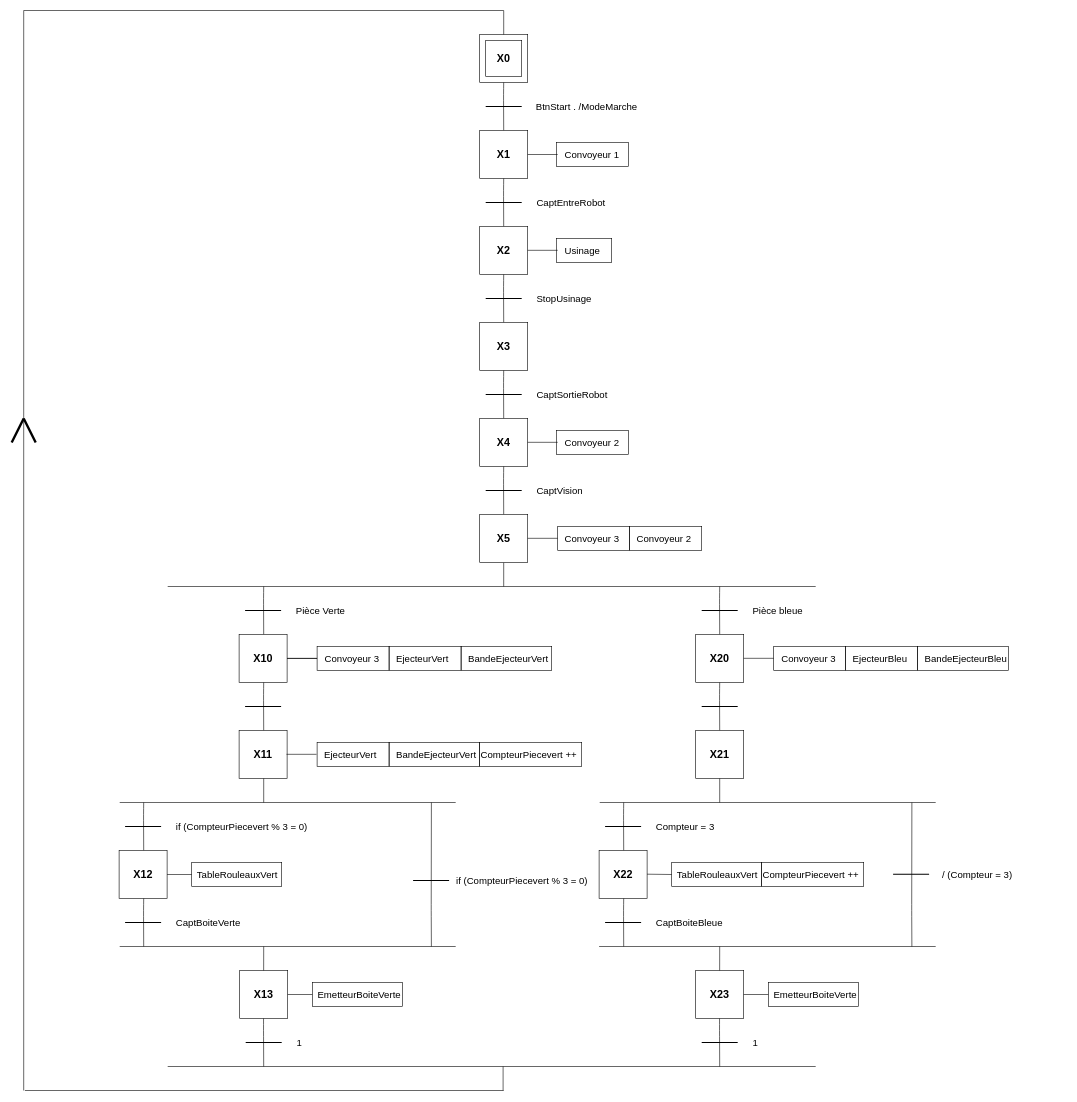
This is Auto.drawio from Sem98-chain/INSA, a draw.io file, before an edit. Source tidied: cells renumbered, new cells numbered last; positions are measured from the earlier drawing's top-left corner, leaving out a move shared by most shapes. Both pictures are drawn from the tidied source at 60%, with x=0, y=0 at pixel (11, 10).
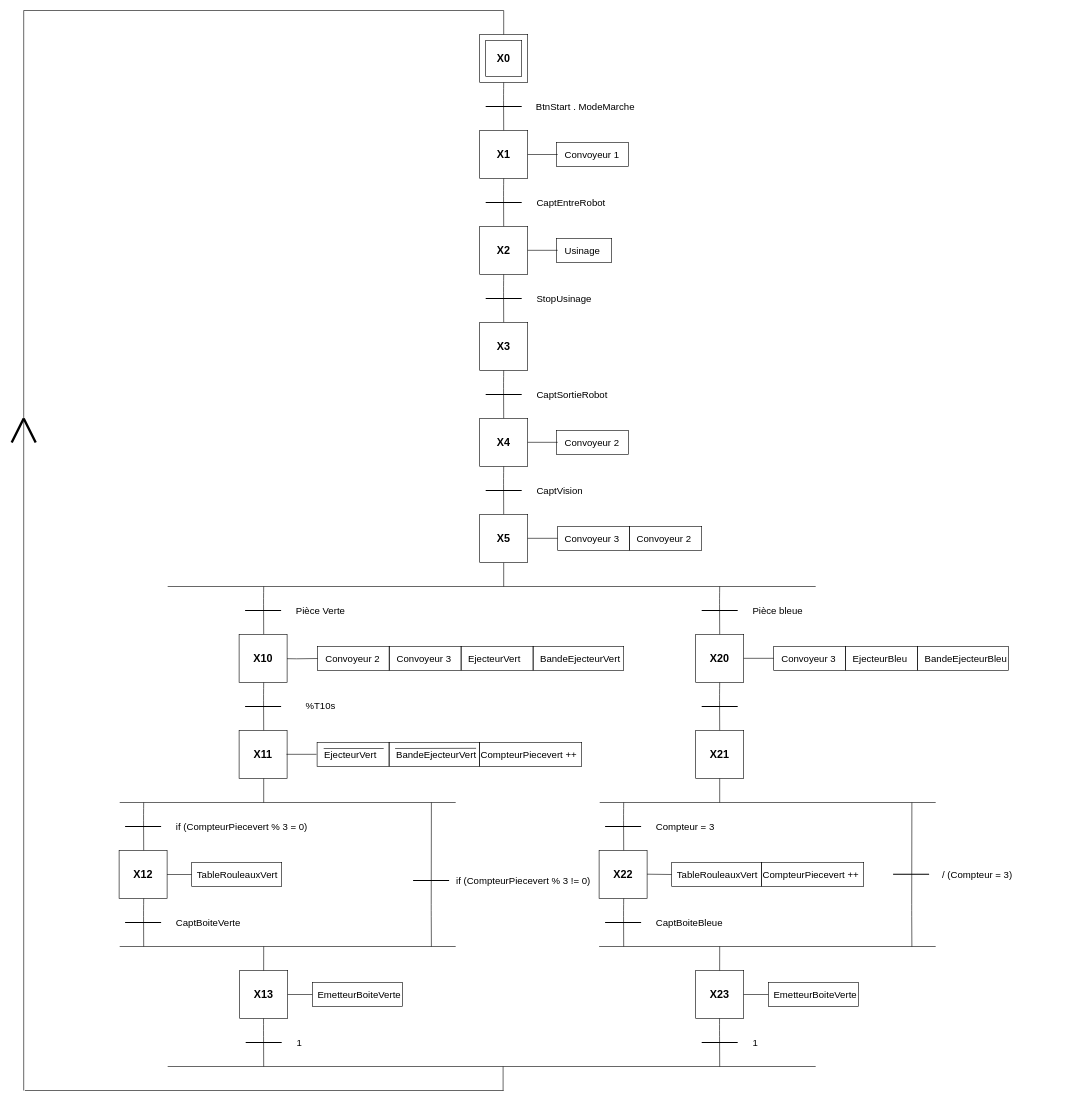
Above is the later version.

The change refers to these unchanged cells:
```xml
<mxCell id="44" value="&lt;font size=&quot;1&quot;&gt;&lt;b style=&quot;font-size: 18px&quot;&gt;X10&lt;/b&gt;&lt;/font&gt;" style="text;html=1;strokeColor=none;fillColor=none;align=center;verticalAlign=middle;whiteSpace=wrap;rounded=0;" parent="1" vertex="1">
  <mxGeometry x="399" y="1070" width="40" height="20" as="geometry" />
</mxCell>
```

The edit, as a diff of the source:
```diff
@@
-    <mxCell id="2" style="edgeStyle=orthogonalEdgeStyle;rounded=0;jettySize=auto;html=1;" parent="1" edge="1" source="3" target="44">
-      <mxGeometry relative="1" as="geometry" />
+    <mxCell id="2" style="edgeStyle=orthogonalEdgeStyle;rounded=0;jettySize=auto;html=1;" parent="1" edge="1" target="44">
+      <mxGeometry relative="1" as="geometry">
+        <mxPoint x="510" y="1080" as="sourcePoint" />
+      </mxGeometry>
     </mxCell>
     <mxCell id="3" style="rounded=0;whiteSpace=wrap;html=1;fillColor=none;gradientColor=none;" parent="1" vertex="1">
-      <mxGeometry x="509" y="1060" width="120" height="40" as="geometry" />
+      <mxGeometry x="629" y="1060" width="120" height="40" as="geometry" />
     </mxCell>
@@
-    <mxCell id="17" value="&lt;font style=&quot;font-size: 16px&quot;&gt;BtnStart . /ModeMarche&lt;/font&gt;" style="text;html=1;strokeColor=none;fillColor=none;align=left;verticalAlign=middle;whiteSpace=wrap;rounded=0;" parent="1" vertex="1">
+    <mxCell id="17" value="&lt;font style=&quot;font-size: 16px&quot;&gt;BtnStart . ModeMarche&lt;/font&gt;" style="text;html=1;strokeColor=none;fillColor=none;align=left;verticalAlign=middle;whiteSpace=wrap;rounded=0;" parent="1" vertex="1">
       <mxGeometry x="872" y="150" width="236" height="20" as="geometry" />
     </mxCell>
@@
     <mxCell id="27" value="&lt;font style=&quot;font-size: 16px&quot;&gt;Usinage&lt;/font&gt;" style="text;html=1;strokeColor=none;fillColor=none;align=left;verticalAlign=middle;whiteSpace=wrap;rounded=0;" parent="1" vertex="1">
-      <mxGeometry x="920" y="390" width="236" height="20" as="geometry" />
+      <mxGeometry x="920" y="390" width="80" height="20" as="geometry" />
     </mxCell>
@@
-    <mxCell id="47" style="endArrow=none;html=1;strokeWidth=1;" parent="1" edge="1">
-      <mxGeometry relative="1" as="geometry">
-        <mxPoint x="459" y="1079.7" as="sourcePoint" />
-        <mxPoint x="509" y="1079.7" as="targetPoint" />
-      </mxGeometry>
-    </mxCell>
@@
     <mxCell id="64" value="&lt;font style=&quot;font-size: 16px&quot;&gt;Convoyeur 3&lt;/font&gt;" style="text;html=1;strokeColor=none;fillColor=none;align=left;verticalAlign=middle;whiteSpace=wrap;rounded=0;" parent="1" vertex="1">
-      <mxGeometry x="520" y="1070" width="100" height="20" as="geometry" />
+      <mxGeometry x="640" y="1070" width="100" height="20" as="geometry" />
     </mxCell>
     <mxCell id="65" style="rounded=0;whiteSpace=wrap;html=1;fillColor=none;gradientColor=none;" parent="1" vertex="1">
-      <mxGeometry x="629" y="1060" width="120" height="40" as="geometry" />
+      <mxGeometry x="749" y="1060" width="120" height="40" as="geometry" />
     </mxCell>
@@
     <mxCell id="97" value="&lt;font style=&quot;font-size: 16px&quot;&gt;EjecteurVert&lt;/font&gt;" style="text;html=1;strokeColor=none;fillColor=none;align=left;verticalAlign=middle;whiteSpace=wrap;rounded=0;" parent="1" vertex="1">
-      <mxGeometry x="639" y="1070" width="100" height="20" as="geometry" />
+      <mxGeometry x="759" y="1070" width="100" height="20" as="geometry" />
     </mxCell>
@@
     <mxCell id="139" style="rounded=0;whiteSpace=wrap;html=1;fillColor=none;gradientColor=none;" parent="1" vertex="1">
-      <mxGeometry x="749" y="1060" width="151" height="40" as="geometry" />
+      <mxGeometry x="869" y="1060" width="151" height="40" as="geometry" />
     </mxCell>
     <mxCell id="140" value="&lt;font style=&quot;font-size: 16px&quot;&gt;BandeEjecteurVert&lt;/font&gt;" style="text;html=1;strokeColor=none;fillColor=none;align=left;verticalAlign=middle;whiteSpace=wrap;rounded=0;" parent="1" vertex="1">
-      <mxGeometry x="759" y="1070" width="100" height="20" as="geometry" />
+      <mxGeometry x="879" y="1070" width="100" height="20" as="geometry" />
     </mxCell>
@@
     <mxCell id="142" value="&lt;font style=&quot;font-size: 16px&quot;&gt;EjecteurVert&lt;/font&gt;" style="text;html=1;strokeColor=none;fillColor=none;align=left;verticalAlign=middle;whiteSpace=wrap;rounded=0;" parent="1" vertex="1">
-      <mxGeometry x="519" y="1230" width="100" height="20" as="geometry" />
+      <mxGeometry x="519" y="1230" width="101" height="20" as="geometry" />
     </mxCell>
@@
     <mxCell id="144" value="&lt;font style=&quot;font-size: 16px&quot;&gt;BandeEjecteurVert&lt;/font&gt;" style="text;html=1;strokeColor=none;fillColor=none;align=left;verticalAlign=middle;whiteSpace=wrap;rounded=0;" parent="1" vertex="1">
-      <mxGeometry x="639" y="1230" width="100" height="20" as="geometry" />
+      <mxGeometry x="639" y="1230" width="141" height="20" as="geometry" />
     </mxCell>
@@
-    <mxCell id="148" value="&lt;span style=&quot;font-size: 16px&quot;&gt;if (CompteurPiecevert % 3 = 0)&lt;/span&gt;" style="text;html=1;strokeColor=none;fillColor=none;align=left;verticalAlign=middle;whiteSpace=wrap;rounded=0;" parent="1" vertex="1">
+    <mxCell id="148" value="&lt;span style=&quot;font-size: 16px&quot;&gt;if (CompteurPiecevert % 3 != 0)&lt;/span&gt;" style="text;html=1;strokeColor=none;fillColor=none;align=left;verticalAlign=middle;whiteSpace=wrap;rounded=0;" parent="1" vertex="1">
       <mxGeometry x="739" y="1440" width="228" height="20" as="geometry" />
     </mxCell>
@@
+    <mxCell id="153" style="endArrow=none;html=1;entryX=1;entryY=0;entryDx=0;entryDy=0;" parent="1" edge="1" target="142">
+      <mxGeometry relative="1" as="geometry">
+        <mxPoint x="520" y="1230" as="sourcePoint" />
+      </mxGeometry>
+    </mxCell>
+    <mxCell id="154" style="endArrow=none;html=1;" parent="1" edge="1" target="144">
+      <mxGeometry relative="1" as="geometry">
+        <mxPoint x="648" y="1230" as="sourcePoint" />
+      </mxGeometry>
+    </mxCell>
+    <mxCell id="155" style="endArrow=none;html=1;exitX=0;exitY=0;exitDx=0;exitDy=0;entryX=0.957;entryY=-0.014;entryDx=0;entryDy=0;entryPerimeter=0;" parent="1" edge="1" source="144" target="144">
+      <mxGeometry relative="1" as="geometry" />
+    </mxCell>
+    <mxCell id="156" value="&lt;span style=&quot;font-size: 16px&quot;&gt;%T10s&lt;/span&gt;" style="text;html=1;strokeColor=none;fillColor=none;align=left;verticalAlign=middle;whiteSpace=wrap;rounded=0;" parent="1" vertex="1">
+      <mxGeometry x="488" y="1148" width="98" height="20" as="geometry" />
+    </mxCell>
+    <mxCell id="157" style="rounded=0;whiteSpace=wrap;html=1;fillColor=none;gradientColor=none;" parent="1" vertex="1">
+      <mxGeometry x="509.5" y="1060" width="120" height="40" as="geometry" />
+    </mxCell>
+    <mxCell id="158" value="&lt;font style=&quot;font-size: 16px&quot;&gt;Convoyeur 2&lt;/font&gt;" style="text;html=1;strokeColor=none;fillColor=none;align=left;verticalAlign=middle;whiteSpace=wrap;rounded=0;" parent="1" vertex="1">
+      <mxGeometry x="520.5" y="1070" width="100" height="20" as="geometry" />
+    </mxCell>
```
